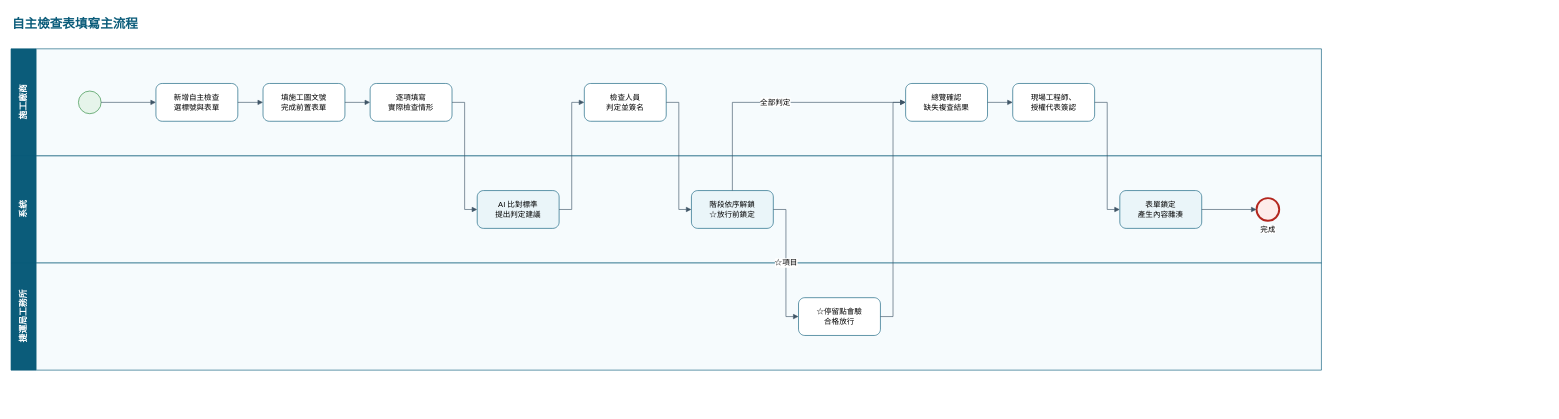
Before: page "自主檢查表填寫主流程" (5 of 8) of 捷運施工查驗系統_缺失與停留點流程_BPMN.drawio in brianchou7310/MRT-Construction-QMS, a draw.io diagram. Source tidied: cells renumbered, new cells numbered last; positions are measured from the earlier drawing's top-left corner, leaving out a move shared by most shapes. Both pictures are drawn from the tidied source at 63%, with x=0, y=0 at pixel (11, 11).
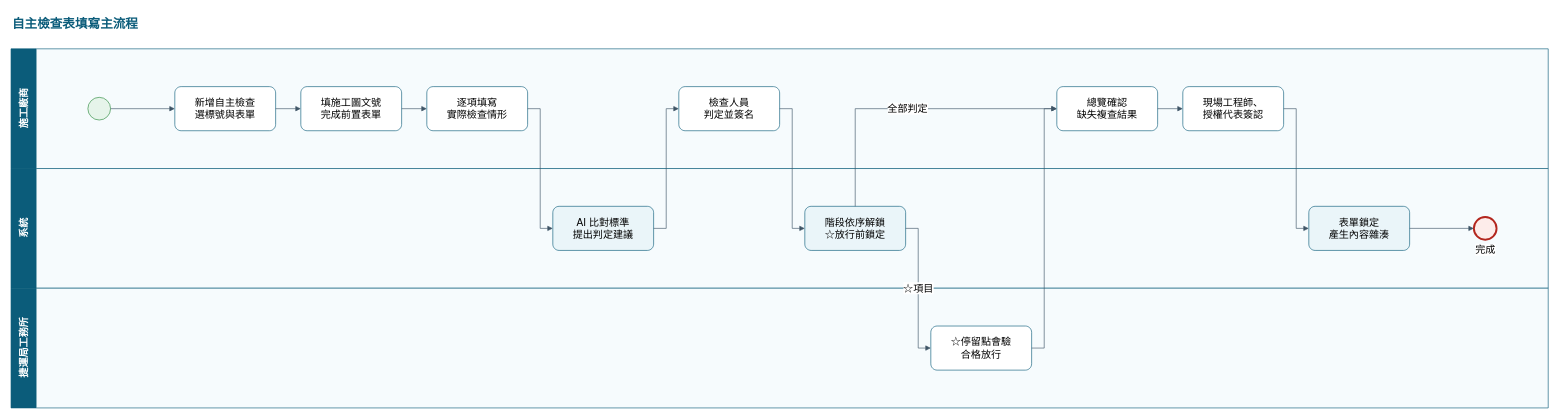
The same page after the edit.

Diff of the diagram source:
```diff
@@
-    <mxCell id="3" value="施工廠商" style="swimlane;html=1;startSize=40;horizontal=0;fontSize=14;fontStyle=1;fillColor=#0B5C7A;fontColor=#ffffff;strokeColor=#0B5C7A;swimlaneFillColor=#F6FBFD;" parent="1" vertex="1">
-      <mxGeometry y="60" width="2080" height="170" as="geometry" />
+    <mxCell id="3" value="施工廠商" style="swimlane;html=1;startSize=40;horizontal=0;fontSize=16;fontStyle=1;fillColor=#0B5C7A;fontColor=#ffffff;strokeColor=#0B5C7A;swimlaneFillColor=#F6FBFD;" parent="1" vertex="1">
+      <mxGeometry y="60" width="2440" height="190" as="geometry" />
     </mxCell>
-    <mxCell id="4" value="系統" style="swimlane;html=1;startSize=40;horizontal=0;fontSize=14;fontStyle=1;fillColor=#0B5C7A;fontColor=#ffffff;strokeColor=#0B5C7A;swimlaneFillColor=#F6FBFD;" parent="1" vertex="1">
-      <mxGeometry y="230" width="2080" height="170" as="geometry" />
+    <mxCell id="4" value="系統" style="swimlane;html=1;startSize=40;horizontal=0;fontSize=16;fontStyle=1;fillColor=#0B5C7A;fontColor=#ffffff;strokeColor=#0B5C7A;swimlaneFillColor=#F6FBFD;" parent="1" vertex="1">
+      <mxGeometry y="250" width="2440" height="190" as="geometry" />
     </mxCell>
-    <mxCell id="5" value="捷運局工務所" style="swimlane;html=1;startSize=40;horizontal=0;fontSize=14;fontStyle=1;fillColor=#0B5C7A;fontColor=#ffffff;strokeColor=#0B5C7A;swimlaneFillColor=#F6FBFD;" parent="1" vertex="1">
-      <mxGeometry y="400" width="2080" height="170" as="geometry" />
+    <mxCell id="5" value="捷運局工務所" style="swimlane;html=1;startSize=40;horizontal=0;fontSize=16;fontStyle=1;fillColor=#0B5C7A;fontColor=#ffffff;strokeColor=#0B5C7A;swimlaneFillColor=#F6FBFD;" parent="1" vertex="1">
+      <mxGeometry y="440" width="2440" height="190" as="geometry" />
     </mxCell>
-    <mxCell id="6" style="points=[[0.145,0.145,0],[0.5,0,0],[0.855,0.145,0],[1,0.5,0],[0.855,0.855,0],[0.5,1,0],[0.145,0.855,0],[0,0.5,0]];shape=mxgraph.bpmn.event;html=1;verticalLabelPosition=bottom;labelBackgroundColor=#ffffff;verticalAlign=top;align=center;perimeter=ellipsePerimeter;outlineConnect=0;outline=standard;symbol=general;fillColor=#E6F4EA;strokeColor=#2B8A3E;" parent="3" vertex="1">
-      <mxGeometry x="107" y="67" width="36" height="36" as="geometry" />
+    <mxCell id="6" style="points=[[0.145,0.145,0],[0.5,0,0],[0.855,0.145,0],[1,0.5,0],[0.855,0.855,0],[0.5,1,0],[0.145,0.855,0],[0,0.5,0]];shape=mxgraph.bpmn.event;html=1;verticalLabelPosition=bottom;labelBackgroundColor=#ffffff;verticalAlign=top;align=center;perimeter=ellipsePerimeter;outlineConnect=0;outline=standard;symbol=general;fillColor=#E6F4EA;strokeColor=#2B8A3E;fontSize=16;" parent="3" vertex="1">
+      <mxGeometry x="122" y="77" width="36" height="36" as="geometry" />
     </mxCell>
-    <mxCell id="7" value="新增自主檢查&lt;br&gt;選標號與表單" style="points=[[0.25,0,0],[0.5,0,0],[0.75,0,0],[1,0.25,0],[1,0.5,0],[1,0.75,0],[0.75,1,0],[0.5,1,0],[0.25,1,0],[0,0.75,0],[0,0.5,0],[0,0.25,0]];shape=mxgraph.bpmn.task;whiteSpace=wrap;rectStyle=rounded;size=10;html=1;taskMarker=abstract;fontSize=12;fillColor=#FFFFFF;strokeColor=#0B5C7A;" parent="3" vertex="1">
-      <mxGeometry x="230" y="55" width="130" height="60" as="geometry" />
+    <mxCell id="7" value="新增自主檢查&lt;br&gt;選標號與表單" style="points=[[0.25,0,0],[0.5,0,0],[0.75,0,0],[1,0.25,0],[1,0.5,0],[1,0.75,0],[0.75,1,0],[0.5,1,0],[0.25,1,0],[0,0.75,0],[0,0.5,0],[0,0.25,0]];shape=mxgraph.bpmn.task;whiteSpace=wrap;rectStyle=rounded;size=10;html=1;taskMarker=abstract;fontSize=16;fillColor=#FFFFFF;strokeColor=#0B5C7A;" parent="3" vertex="1">
+      <mxGeometry x="260" y="60" width="160" height="70" as="geometry" />
     </mxCell>
-    <mxCell id="8" value="填施工圖文號&lt;br&gt;完成前置表單" style="points=[[0.25,0,0],[0.5,0,0],[0.75,0,0],[1,0.25,0],[1,0.5,0],[1,0.75,0],[0.75,1,0],[0.5,1,0],[0.25,1,0],[0,0.75,0],[0,0.5,0],[0,0.25,0]];shape=mxgraph.bpmn.task;whiteSpace=wrap;rectStyle=rounded;size=10;html=1;taskMarker=abstract;fontSize=12;fillColor=#FFFFFF;strokeColor=#0B5C7A;" parent="3" vertex="1">
-      <mxGeometry x="400" y="55" width="130" height="60" as="geometry" />
+    <mxCell id="8" value="填施工圖文號&lt;br&gt;完成前置表單" style="points=[[0.25,0,0],[0.5,0,0],[0.75,0,0],[1,0.25,0],[1,0.5,0],[1,0.75,0],[0.75,1,0],[0.5,1,0],[0.25,1,0],[0,0.75,0],[0,0.5,0],[0,0.25,0]];shape=mxgraph.bpmn.task;whiteSpace=wrap;rectStyle=rounded;size=10;html=1;taskMarker=abstract;fontSize=16;fillColor=#FFFFFF;strokeColor=#0B5C7A;" parent="3" vertex="1">
+      <mxGeometry x="460" y="60" width="160" height="70" as="geometry" />
     </mxCell>
-    <mxCell id="9" value="逐項填寫&lt;br&gt;實際檢查情形" style="points=[[0.25,0,0],[0.5,0,0],[0.75,0,0],[1,0.25,0],[1,0.5,0],[1,0.75,0],[0.75,1,0],[0.5,1,0],[0.25,1,0],[0,0.75,0],[0,0.5,0],[0,0.25,0]];shape=mxgraph.bpmn.task;whiteSpace=wrap;rectStyle=rounded;size=10;html=1;taskMarker=abstract;fontSize=12;fillColor=#FFFFFF;strokeColor=#0B5C7A;" parent="3" vertex="1">
-      <mxGeometry x="570" y="55" width="130" height="60" as="geometry" />
+    <mxCell id="9" value="逐項填寫&lt;br&gt;實際檢查情形" style="points=[[0.25,0,0],[0.5,0,0],[0.75,0,0],[1,0.25,0],[1,0.5,0],[1,0.75,0],[0.75,1,0],[0.5,1,0],[0.25,1,0],[0,0.75,0],[0,0.5,0],[0,0.25,0]];shape=mxgraph.bpmn.task;whiteSpace=wrap;rectStyle=rounded;size=10;html=1;taskMarker=abstract;fontSize=16;fillColor=#FFFFFF;strokeColor=#0B5C7A;" parent="3" vertex="1">
+      <mxGeometry x="660" y="60" width="160" height="70" as="geometry" />
     </mxCell>
-    <mxCell id="10" value="AI 比對標準&lt;br&gt;提出判定建議" style="points=[[0.25,0,0],[0.5,0,0],[0.75,0,0],[1,0.25,0],[1,0.5,0],[1,0.75,0],[0.75,1,0],[0.5,1,0],[0.25,1,0],[0,0.75,0],[0,0.5,0],[0,0.25,0]];shape=mxgraph.bpmn.task;whiteSpace=wrap;rectStyle=rounded;size=10;html=1;taskMarker=abstract;fontSize=12;fillColor=#EAF5F9;strokeColor=#0B5C7A;" parent="4" vertex="1">
-      <mxGeometry x="740" y="55" width="130" height="60" as="geometry" />
+    <mxCell id="10" value="AI 比對標準&lt;br&gt;提出判定建議" style="points=[[0.25,0,0],[0.5,0,0],[0.75,0,0],[1,0.25,0],[1,0.5,0],[1,0.75,0],[0.75,1,0],[0.5,1,0],[0.25,1,0],[0,0.75,0],[0,0.5,0],[0,0.25,0]];shape=mxgraph.bpmn.task;whiteSpace=wrap;rectStyle=rounded;size=10;html=1;taskMarker=abstract;fontSize=16;fillColor=#EAF5F9;strokeColor=#0B5C7A;" parent="4" vertex="1">
+      <mxGeometry x="860" y="60" width="160" height="70" as="geometry" />
     </mxCell>
-    <mxCell id="11" value="檢查人員&lt;br&gt;判定並簽名" style="points=[[0.25,0,0],[0.5,0,0],[0.75,0,0],[1,0.25,0],[1,0.5,0],[1,0.75,0],[0.75,1,0],[0.5,1,0],[0.25,1,0],[0,0.75,0],[0,0.5,0],[0,0.25,0]];shape=mxgraph.bpmn.task;whiteSpace=wrap;rectStyle=rounded;size=10;html=1;taskMarker=abstract;fontSize=12;fillColor=#FFFFFF;strokeColor=#0B5C7A;" parent="3" vertex="1">
-      <mxGeometry x="910" y="55" width="130" height="60" as="geometry" />
+    <mxCell id="11" value="檢查人員&lt;br&gt;判定並簽名" style="points=[[0.25,0,0],[0.5,0,0],[0.75,0,0],[1,0.25,0],[1,0.5,0],[1,0.75,0],[0.75,1,0],[0.5,1,0],[0.25,1,0],[0,0.75,0],[0,0.5,0],[0,0.25,0]];shape=mxgraph.bpmn.task;whiteSpace=wrap;rectStyle=rounded;size=10;html=1;taskMarker=abstract;fontSize=16;fillColor=#FFFFFF;strokeColor=#0B5C7A;" parent="3" vertex="1">
+      <mxGeometry x="1060" y="60" width="160" height="70" as="geometry" />
     </mxCell>
-    <mxCell id="12" value="階段依序解鎖&lt;br&gt;☆放行前鎖定" style="points=[[0.25,0,0],[0.5,0,0],[0.75,0,0],[1,0.25,0],[1,0.5,0],[1,0.75,0],[0.75,1,0],[0.5,1,0],[0.25,1,0],[0,0.75,0],[0,0.5,0],[0,0.25,0]];shape=mxgraph.bpmn.task;whiteSpace=wrap;rectStyle=rounded;size=10;html=1;taskMarker=abstract;fontSize=12;fillColor=#EAF5F9;strokeColor=#0B5C7A;" parent="4" vertex="1">
-      <mxGeometry x="1080" y="55" width="130" height="60" as="geometry" />
+    <mxCell id="12" value="階段依序解鎖&lt;br&gt;☆放行前鎖定" style="points=[[0.25,0,0],[0.5,0,0],[0.75,0,0],[1,0.25,0],[1,0.5,0],[1,0.75,0],[0.75,1,0],[0.5,1,0],[0.25,1,0],[0,0.75,0],[0,0.5,0],[0,0.25,0]];shape=mxgraph.bpmn.task;whiteSpace=wrap;rectStyle=rounded;size=10;html=1;taskMarker=abstract;fontSize=16;fillColor=#EAF5F9;strokeColor=#0B5C7A;" parent="4" vertex="1">
+      <mxGeometry x="1260" y="60" width="160" height="70" as="geometry" />
     </mxCell>
-    <mxCell id="13" value="☆停留點會驗&lt;br&gt;合格放行" style="points=[[0.25,0,0],[0.5,0,0],[0.75,0,0],[1,0.25,0],[1,0.5,0],[1,0.75,0],[0.75,1,0],[0.5,1,0],[0.25,1,0],[0,0.75,0],[0,0.5,0],[0,0.25,0]];shape=mxgraph.bpmn.task;whiteSpace=wrap;rectStyle=rounded;size=10;html=1;taskMarker=abstract;fontSize=12;fillColor=#FFFFFF;strokeColor=#0B5C7A;" parent="5" vertex="1">
-      <mxGeometry x="1250" y="55" width="130" height="60" as="geometry" />
+    <mxCell id="13" value="☆停留點會驗&lt;br&gt;合格放行" style="points=[[0.25,0,0],[0.5,0,0],[0.75,0,0],[1,0.25,0],[1,0.5,0],[1,0.75,0],[0.75,1,0],[0.5,1,0],[0.25,1,0],[0,0.75,0],[0,0.5,0],[0,0.25,0]];shape=mxgraph.bpmn.task;whiteSpace=wrap;rectStyle=rounded;size=10;html=1;taskMarker=abstract;fontSize=16;fillColor=#FFFFFF;strokeColor=#0B5C7A;" parent="5" vertex="1">
+      <mxGeometry x="1460" y="60" width="160" height="70" as="geometry" />
     </mxCell>
-    <mxCell id="14" value="總覽確認&lt;br&gt;缺失複查結果" style="points=[[0.25,0,0],[0.5,0,0],[0.75,0,0],[1,0.25,0],[1,0.5,0],[1,0.75,0],[0.75,1,0],[0.5,1,0],[0.25,1,0],[0,0.75,0],[0,0.5,0],[0,0.25,0]];shape=mxgraph.bpmn.task;whiteSpace=wrap;rectStyle=rounded;size=10;html=1;taskMarker=abstract;fontSize=12;fillColor=#FFFFFF;strokeColor=#0B5C7A;" parent="3" vertex="1">
-      <mxGeometry x="1420" y="55" width="130" height="60" as="geometry" />
+    <mxCell id="14" value="總覽確認&lt;br&gt;缺失複查結果" style="points=[[0.25,0,0],[0.5,0,0],[0.75,0,0],[1,0.25,0],[1,0.5,0],[1,0.75,0],[0.75,1,0],[0.5,1,0],[0.25,1,0],[0,0.75,0],[0,0.5,0],[0,0.25,0]];shape=mxgraph.bpmn.task;whiteSpace=wrap;rectStyle=rounded;size=10;html=1;taskMarker=abstract;fontSize=16;fillColor=#FFFFFF;strokeColor=#0B5C7A;" parent="3" vertex="1">
+      <mxGeometry x="1660" y="60" width="160" height="70" as="geometry" />
     </mxCell>
-    <mxCell id="15" value="現場工程師、&lt;br&gt;授權代表簽認" style="points=[[0.25,0,0],[0.5,0,0],[0.75,0,0],[1,0.25,0],[1,0.5,0],[1,0.75,0],[0.75,1,0],[0.5,1,0],[0.25,1,0],[0,0.75,0],[0,0.5,0],[0,0.25,0]];shape=mxgraph.bpmn.task;whiteSpace=wrap;rectStyle=rounded;size=10;html=1;taskMarker=abstract;fontSize=12;fillColor=#FFFFFF;strokeColor=#0B5C7A;" parent="3" vertex="1">
-      <mxGeometry x="1590" y="55" width="130" height="60" as="geometry" />
+    <mxCell id="15" value="現場工程師、&lt;br&gt;授權代表簽認" style="points=[[0.25,0,0],[0.5,0,0],[0.75,0,0],[1,0.25,0],[1,0.5,0],[1,0.75,0],[0.75,1,0],[0.5,1,0],[0.25,1,0],[0,0.75,0],[0,0.5,0],[0,0.25,0]];shape=mxgraph.bpmn.task;whiteSpace=wrap;rectStyle=rounded;size=10;html=1;taskMarker=abstract;fontSize=16;fillColor=#FFFFFF;strokeColor=#0B5C7A;" parent="3" vertex="1">
+      <mxGeometry x="1860" y="60" width="160" height="70" as="geometry" />
     </mxCell>
-    <mxCell id="16" value="表單鎖定&lt;br&gt;產生內容雜湊" style="points=[[0.25,0,0],[0.5,0,0],[0.75,0,0],[1,0.25,0],[1,0.5,0],[1,0.75,0],[0.75,1,0],[0.5,1,0],[0.25,1,0],[0,0.75,0],[0,0.5,0],[0,0.25,0]];shape=mxgraph.bpmn.task;whiteSpace=wrap;rectStyle=rounded;size=10;html=1;taskMarker=abstract;fontSize=12;fillColor=#EAF5F9;strokeColor=#0B5C7A;" parent="4" vertex="1">
-      <mxGeometry x="1760" y="55" width="130" height="60" as="geometry" />
+    <mxCell id="16" value="表單鎖定&lt;br&gt;產生內容雜湊" style="points=[[0.25,0,0],[0.5,0,0],[0.75,0,0],[1,0.25,0],[1,0.5,0],[1,0.75,0],[0.75,1,0],[0.5,1,0],[0.25,1,0],[0,0.75,0],[0,0.5,0],[0,0.25,0]];shape=mxgraph.bpmn.task;whiteSpace=wrap;rectStyle=rounded;size=10;html=1;taskMarker=abstract;fontSize=16;fillColor=#EAF5F9;strokeColor=#0B5C7A;" parent="4" vertex="1">
+      <mxGeometry x="2060" y="60" width="160" height="70" as="geometry" />
     </mxCell>
-    <mxCell id="17" value="完成" style="points=[[0.145,0.145,0],[0.5,0,0],[0.855,0.145,0],[1,0.5,0],[0.855,0.855,0],[0.5,1,0],[0.145,0.855,0],[0,0.5,0]];shape=mxgraph.bpmn.event;html=1;verticalLabelPosition=bottom;labelBackgroundColor=#ffffff;verticalAlign=top;align=center;perimeter=ellipsePerimeter;outlineConnect=0;outline=end;symbol=terminate2;fillColor=#FDECEA;strokeColor=#B3261E;fontSize=12;" parent="4" vertex="1">
-      <mxGeometry x="1977" y="67" width="36" height="36" as="geometry" />
+    <mxCell id="17" value="完成" style="points=[[0.145,0.145,0],[0.5,0,0],[0.855,0.145,0],[1,0.5,0],[0.855,0.855,0],[0.5,1,0],[0.145,0.855,0],[0,0.5,0]];shape=mxgraph.bpmn.event;html=1;verticalLabelPosition=bottom;labelBackgroundColor=#ffffff;verticalAlign=top;align=center;perimeter=ellipsePerimeter;outlineConnect=0;outline=end;symbol=terminate2;fillColor=#FDECEA;strokeColor=#B3261E;fontSize=16;" parent="4" vertex="1">
+      <mxGeometry x="2322" y="77" width="36" height="36" as="geometry" />
     </mxCell>
-    <mxCell id="18" style="edgeStyle=orthogonalEdgeStyle;rounded=0;html=1;endArrow=block;endFill=1;strokeColor=#3F5566;fontSize=12;labelBackgroundColor=#ffffff;exitX=1;exitY=0.5;exitDx=0;exitDy=0;entryX=0;entryY=0.5;entryDx=0;entryDy=0;" parent="1" edge="1" source="6" target="7">
+    <mxCell id="18" style="edgeStyle=orthogonalEdgeStyle;rounded=0;html=1;endArrow=block;endFill=1;strokeColor=#3F5566;fontSize=16;labelBackgroundColor=#ffffff;exitX=1;exitY=0.5;exitDx=0;exitDy=0;entryX=0;entryY=0.5;entryDx=0;entryDy=0;" parent="1" edge="1" source="6" target="7">
       <mxGeometry relative="1" as="geometry" />
     </mxCell>
-    <mxCell id="19" style="edgeStyle=orthogonalEdgeStyle;rounded=0;html=1;endArrow=block;endFill=1;strokeColor=#3F5566;fontSize=12;labelBackgroundColor=#ffffff;exitX=1;exitY=0.5;exitDx=0;exitDy=0;entryX=0;entryY=0.5;entryDx=0;entryDy=0;" parent="1" edge="1" source="7" target="8">
+    <mxCell id="19" style="edgeStyle=orthogonalEdgeStyle;rounded=0;html=1;endArrow=block;endFill=1;strokeColor=#3F5566;fontSize=16;labelBackgroundColor=#ffffff;exitX=1;exitY=0.5;exitDx=0;exitDy=0;entryX=0;entryY=0.5;entryDx=0;entryDy=0;" parent="1" edge="1" source="7" target="8">
       <mxGeometry relative="1" as="geometry" />
     </mxCell>
-    <mxCell id="20" style="edgeStyle=orthogonalEdgeStyle;rounded=0;html=1;endArrow=block;endFill=1;strokeColor=#3F5566;fontSize=12;labelBackgroundColor=#ffffff;exitX=1;exitY=0.5;exitDx=0;exitDy=0;entryX=0;entryY=0.5;entryDx=0;entryDy=0;" parent="1" edge="1" source="8" target="9">
+    <mxCell id="20" style="edgeStyle=orthogonalEdgeStyle;rounded=0;html=1;endArrow=block;endFill=1;strokeColor=#3F5566;fontSize=16;labelBackgroundColor=#ffffff;exitX=1;exitY=0.5;exitDx=0;exitDy=0;entryX=0;entryY=0.5;entryDx=0;entryDy=0;" parent="1" edge="1" source="8" target="9">
       <mxGeometry relative="1" as="geometry" />
     </mxCell>
-    <mxCell id="21" style="edgeStyle=orthogonalEdgeStyle;rounded=0;html=1;endArrow=block;endFill=1;strokeColor=#3F5566;fontSize=12;labelBackgroundColor=#ffffff;exitX=1;exitY=0.5;exitDx=0;exitDy=0;entryX=0;entryY=0.5;entryDx=0;entryDy=0;" parent="1" edge="1" source="9" target="10">
+    <mxCell id="21" style="edgeStyle=orthogonalEdgeStyle;rounded=0;html=1;endArrow=block;endFill=1;strokeColor=#3F5566;fontSize=16;labelBackgroundColor=#ffffff;exitX=1;exitY=0.5;exitDx=0;exitDy=0;entryX=0;entryY=0.5;entryDx=0;entryDy=0;" parent="1" edge="1" source="9" target="10">
       <mxGeometry relative="1" as="geometry">
         <Array as="points">
-          <mxPoint x="720" y="145" />
-          <mxPoint x="720" y="315" />
+          <mxPoint x="840" y="155" />
+          <mxPoint x="840" y="345" />
         </Array>
       </mxGeometry>
     </mxCell>
-    <mxCell id="22" style="edgeStyle=orthogonalEdgeStyle;rounded=0;html=1;endArrow=block;endFill=1;strokeColor=#3F5566;fontSize=12;labelBackgroundColor=#ffffff;exitX=1;exitY=0.5;exitDx=0;exitDy=0;entryX=0;entryY=0.5;entryDx=0;entryDy=0;" parent="1" edge="1" source="10" target="11">
+    <mxCell id="22" style="edgeStyle=orthogonalEdgeStyle;rounded=0;html=1;endArrow=block;endFill=1;strokeColor=#3F5566;fontSize=16;labelBackgroundColor=#ffffff;exitX=1;exitY=0.5;exitDx=0;exitDy=0;entryX=0;entryY=0.5;entryDx=0;entryDy=0;" parent="1" edge="1" source="10" target="11">
       <mxGeometry relative="1" as="geometry">
         <Array as="points">
-          <mxPoint x="890" y="315" />
-          <mxPoint x="890" y="145" />
+          <mxPoint x="1040" y="345" />
+          <mxPoint x="1040" y="155" />
         </Array>
       </mxGeometry>
     </mxCell>
-    <mxCell id="23" style="edgeStyle=orthogonalEdgeStyle;rounded=0;html=1;endArrow=block;endFill=1;strokeColor=#3F5566;fontSize=12;labelBackgroundColor=#ffffff;exitX=1;exitY=0.5;exitDx=0;exitDy=0;entryX=0;entryY=0.5;entryDx=0;entryDy=0;" parent="1" edge="1" source="11" target="12">
+    <mxCell id="23" style="edgeStyle=orthogonalEdgeStyle;rounded=0;html=1;endArrow=block;endFill=1;strokeColor=#3F5566;fontSize=16;labelBackgroundColor=#ffffff;exitX=1;exitY=0.5;exitDx=0;exitDy=0;entryX=0;entryY=0.5;entryDx=0;entryDy=0;" parent="1" edge="1" source="11" target="12">
       <mxGeometry relative="1" as="geometry">
         <Array as="points">
-          <mxPoint x="1060" y="145" />
-          <mxPoint x="1060" y="315" />
+          <mxPoint x="1240" y="155" />
+          <mxPoint x="1240" y="345" />
         </Array>
       </mxGeometry>
     </mxCell>
-    <mxCell id="24" value="☆項目" style="edgeStyle=orthogonalEdgeStyle;rounded=0;html=1;endArrow=block;endFill=1;strokeColor=#3F5566;fontSize=12;labelBackgroundColor=#ffffff;exitX=1;exitY=0.5;exitDx=0;exitDy=0;entryX=0;entryY=0.5;entryDx=0;entryDy=0;" parent="1" edge="1" source="12" target="13">
+    <mxCell id="24" value="☆項目" style="edgeStyle=orthogonalEdgeStyle;rounded=0;html=1;endArrow=block;endFill=1;strokeColor=#3F5566;fontSize=16;labelBackgroundColor=#ffffff;exitX=1;exitY=0.5;exitDx=0;exitDy=0;entryX=0;entryY=0.5;entryDx=0;entryDy=0;" parent="1" edge="1" source="12" target="13">
       <mxGeometry relative="1" as="geometry">
         <Array as="points">
-          <mxPoint x="1230" y="315" />
-          <mxPoint x="1230" y="485" />
+          <mxPoint x="1440" y="345" />
+          <mxPoint x="1440" y="535" />
         </Array>
       </mxGeometry>
     </mxCell>
-    <mxCell id="25" style="edgeStyle=orthogonalEdgeStyle;rounded=0;html=1;endArrow=block;endFill=1;strokeColor=#3F5566;fontSize=12;labelBackgroundColor=#ffffff;exitX=1;exitY=0.5;exitDx=0;exitDy=0;entryX=0;entryY=0.5;entryDx=0;entryDy=0;" parent="1" edge="1" source="13" target="14">
+    <mxCell id="25" style="edgeStyle=orthogonalEdgeStyle;rounded=0;html=1;endArrow=block;endFill=1;strokeColor=#3F5566;fontSize=16;labelBackgroundColor=#ffffff;exitX=1;exitY=0.5;exitDx=0;exitDy=0;entryX=0;entryY=0.5;entryDx=0;entryDy=0;" parent="1" edge="1" source="13" target="14">
       <mxGeometry relative="1" as="geometry">
         <Array as="points">
-          <mxPoint x="1400" y="485" />
-          <mxPoint x="1400" y="145" />
+          <mxPoint x="1640" y="535" />
+          <mxPoint x="1640" y="155" />
         </Array>
       </mxGeometry>
     </mxCell>
-    <mxCell id="26" value="全部判定" style="edgeStyle=orthogonalEdgeStyle;rounded=0;html=1;endArrow=block;endFill=1;strokeColor=#3F5566;fontSize=12;labelBackgroundColor=#ffffff;exitX=0.5;exitY=0;exitDx=0;exitDy=0;entryX=0;entryY=0.5;entryDx=0;entryDy=0;" parent="1" edge="1" source="12" target="14">
+    <mxCell id="26" value="全部判定" style="edgeStyle=orthogonalEdgeStyle;rounded=0;html=1;endArrow=block;endFill=1;strokeColor=#3F5566;fontSize=16;labelBackgroundColor=#ffffff;exitX=0.5;exitY=0;exitDx=0;exitDy=0;entryX=0;entryY=0.5;entryDx=0;entryDy=0;" parent="1" edge="1" source="12" target="14">
       <mxGeometry relative="1" as="geometry">
         <Array as="points">
-          <mxPoint x="1145" y="145" />
+          <mxPoint x="1340" y="155" />
         </Array>
       </mxGeometry>
     </mxCell>
-    <mxCell id="27" style="edgeStyle=orthogonalEdgeStyle;rounded=0;html=1;endArrow=block;endFill=1;strokeColor=#3F5566;fontSize=12;labelBackgroundColor=#ffffff;exitX=1;exitY=0.5;exitDx=0;exitDy=0;entryX=0;entryY=0.5;entryDx=0;entryDy=0;" parent="1" edge="1" source="14" target="15">
+    <mxCell id="27" style="edgeStyle=orthogonalEdgeStyle;rounded=0;html=1;endArrow=block;endFill=1;strokeColor=#3F5566;fontSize=16;labelBackgroundColor=#ffffff;exitX=1;exitY=0.5;exitDx=0;exitDy=0;entryX=0;entryY=0.5;entryDx=0;entryDy=0;" parent="1" edge="1" source="14" target="15">
       <mxGeometry relative="1" as="geometry" />
     </mxCell>
-    <mxCell id="28" style="edgeStyle=orthogonalEdgeStyle;rounded=0;html=1;endArrow=block;endFill=1;strokeColor=#3F5566;fontSize=12;labelBackgroundColor=#ffffff;exitX=1;exitY=0.5;exitDx=0;exitDy=0;entryX=0;entryY=0.5;entryDx=0;entryDy=0;" parent="1" edge="1" source="15" target="16">
+    <mxCell id="28" style="edgeStyle=orthogonalEdgeStyle;rounded=0;html=1;endArrow=block;endFill=1;strokeColor=#3F5566;fontSize=16;labelBackgroundColor=#ffffff;exitX=1;exitY=0.5;exitDx=0;exitDy=0;entryX=0;entryY=0.5;entryDx=0;entryDy=0;" parent="1" edge="1" source="15" target="16">
       <mxGeometry relative="1" as="geometry">
         <Array as="points">
-          <mxPoint x="1740" y="145" />
-          <mxPoint x="1740" y="315" />
+          <mxPoint x="2040" y="155" />
+          <mxPoint x="2040" y="345" />
         </Array>
       </mxGeometry>
     </mxCell>
-    <mxCell id="29" style="edgeStyle=orthogonalEdgeStyle;rounded=0;html=1;endArrow=block;endFill=1;strokeColor=#3F5566;fontSize=12;labelBackgroundColor=#ffffff;exitX=1;exitY=0.5;exitDx=0;exitDy=0;entryX=0;entryY=0.5;entryDx=0;entryDy=0;" parent="1" edge="1" source="16" target="17">
+    <mxCell id="29" style="edgeStyle=orthogonalEdgeStyle;rounded=0;html=1;endArrow=block;endFill=1;strokeColor=#3F5566;fontSize=16;labelBackgroundColor=#ffffff;exitX=1;exitY=0.5;exitDx=0;exitDy=0;entryX=0;entryY=0.5;entryDx=0;entryDy=0;" parent="1" edge="1" source="16" target="17">
       <mxGeometry relative="1" as="geometry" />
     </mxCell>
```
